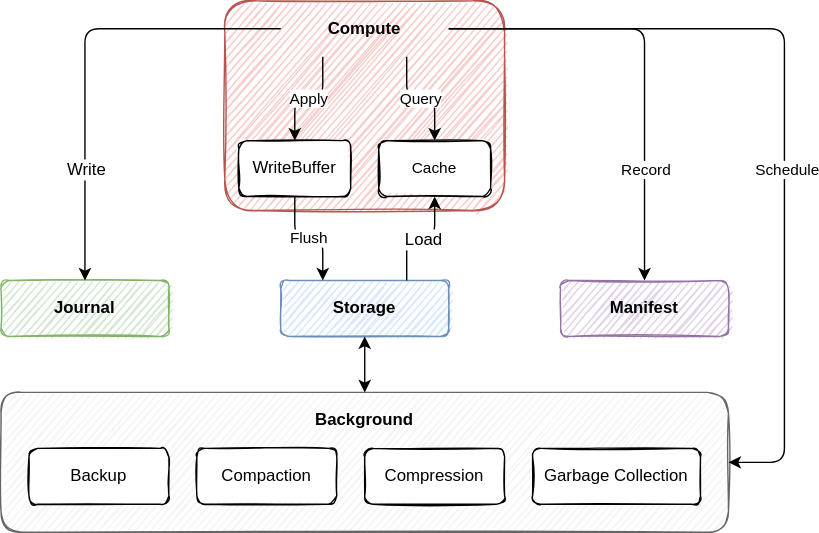
Before: docs/images/component-interaction.drawio.svg, a diagram exported from draw.io (engula/engula). Source tidied: cells renumbered, new cells last; positions are measured from the earlier drawing's top-left corner, leaving out a move shared by most shapes.
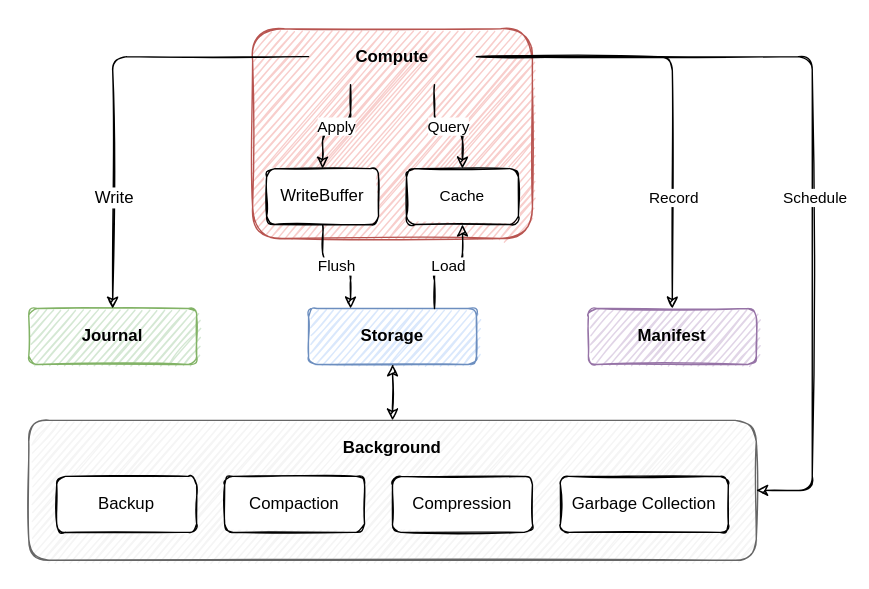
The same file after the commit.

The edit, as a diff of the source:
```diff
@@ -2,6 +2,9 @@
   <root>
     <mxCell id="0" />
     <mxCell id="1" parent="0" />
+    <mxCell id="27" style="rounded=0;whiteSpace=wrap;html=1;fontSize=11;strokeColor=none;" parent="1" vertex="1">
+      <mxGeometry x="-20" y="-20" width="620" height="420" as="geometry" />
+    </mxCell>
     <mxCell id="2" style="rounded=1;whiteSpace=wrap;html=1;strokeColor=#b85450;sketch=1;fillColor=#f8cecc;" parent="1" vertex="1">
       <mxGeometry x="160" width="200" height="150" as="geometry" />
     </mxCell>
@@ -14,7 +17,7 @@
     <mxCell id="5" value="Manifest" style="rounded=1;whiteSpace=wrap;html=1;strokeColor=#9673a6;fontStyle=1;fillColor=#e1d5e7;sketch=1;" parent="1" vertex="1">
       <mxGeometry x="400" y="200" width="120" height="40" as="geometry" />
     </mxCell>
-    <mxCell id="6" style="rounded=1;jettySize=auto;html=1;exitX=0;exitY=0.5;exitDx=0;exitDy=0;entryX=0.5;entryY=0;entryDx=0;entryDy=0;edgeStyle=orthogonalEdgeStyle;" parent="1" edge="1" source="20" target="3">
+    <mxCell id="6" style="rounded=1;jettySize=auto;html=1;exitX=0;exitY=0.5;exitDx=0;exitDy=0;entryX=0.5;entryY=0;entryDx=0;entryDy=0;edgeStyle=orthogonalEdgeStyle;sketch=1;" parent="1" edge="1" source="20" target="3">
       <mxGeometry relative="1" as="geometry" />
     </mxCell>
     <mxCell id="7" value="Write" style="edgeLabel;html=1;align=center;verticalAlign=middle;fontSize=12;" parent="6" vertex="1">
@@ -25,28 +28,25 @@
     <mxCell id="8" style="rounded=1;whiteSpace=wrap;html=1;strokeColor=#666666;fillColor=#f5f5f5;sketch=1;fontColor=#333333;" parent="1" vertex="1">
       <mxGeometry y="280" width="520" height="100" as="geometry" />
     </mxCell>
-    <mxCell id="9" value="Flush" style="rounded=1;jettySize=auto;html=1;exitX=0.5;exitY=1;exitDx=0;exitDy=0;entryX=0.25;entryY=0;entryDx=0;entryDy=0;edgeStyle=orthogonalEdgeStyle;" parent="1" edge="1" source="10" target="4">
+    <mxCell id="9" value="Flush" style="rounded=1;jettySize=auto;html=1;exitX=0.5;exitY=1;exitDx=0;exitDy=0;entryX=0.25;entryY=0;entryDx=0;entryDy=0;edgeStyle=orthogonalEdgeStyle;sketch=1;" parent="1" edge="1" source="10" target="4">
       <mxGeometry relative="1" as="geometry" />
     </mxCell>
     <mxCell id="10" value="WriteBuffer" style="rounded=1;whiteSpace=wrap;html=1;fontSize=12;sketch=1;" parent="1" vertex="1">
       <mxGeometry x="170" y="100" width="80" height="40" as="geometry" />
     </mxCell>
-    <mxCell id="11" style="rounded=1;jettySize=auto;html=1;exitX=0.5;exitY=1;exitDx=0;exitDy=0;entryX=0.75;entryY=0;entryDx=0;entryDy=0;fontSize=12;startArrow=classic;startFill=1;endArrow=none;endFill=0;edgeStyle=orthogonalEdgeStyle;" parent="1" edge="1" source="13" target="4">
+    <mxCell id="11" value="Load" style="rounded=1;jettySize=auto;html=1;exitX=0.5;exitY=1;exitDx=0;exitDy=0;entryX=0.75;entryY=0;entryDx=0;entryDy=0;fontSize=11;startArrow=classic;startFill=1;endArrow=none;endFill=0;edgeStyle=orthogonalEdgeStyle;sketch=1;" parent="1" edge="1" source="13" target="4">
       <mxGeometry relative="1" as="geometry" />
     </mxCell>
-    <mxCell id="12" value="Load" style="edgeLabel;html=1;align=center;verticalAlign=middle;fontSize=12;" parent="11" vertex="1">
-      <mxGeometry x="-0.03" relative="1" as="geometry" />
-    </mxCell>
     <mxCell id="13" value="Cache" style="rounded=1;whiteSpace=wrap;html=1;fontSize=11;sketch=1;" parent="1" vertex="1">
       <mxGeometry x="270" y="100" width="80" height="40" as="geometry" />
     </mxCell>
-    <mxCell id="14" value="Apply" style="rounded=1;jettySize=auto;html=1;exitX=0.25;exitY=1;exitDx=0;exitDy=0;entryX=0.5;entryY=0;entryDx=0;entryDy=0;edgeStyle=orthogonalEdgeStyle;" parent="1" edge="1" source="20" target="10">
+    <mxCell id="14" value="Apply" style="rounded=1;jettySize=auto;html=1;exitX=0.25;exitY=1;exitDx=0;exitDy=0;entryX=0.5;entryY=0;entryDx=0;entryDy=0;edgeStyle=orthogonalEdgeStyle;sketch=1;" parent="1" edge="1" source="20" target="10">
       <mxGeometry relative="1" as="geometry" />
     </mxCell>
-    <mxCell id="15" value="Query" style="edgeStyle=orthogonalEdgeStyle;rounded=1;jettySize=auto;html=1;exitX=0.75;exitY=1;exitDx=0;exitDy=0;entryX=0.5;entryY=0;entryDx=0;entryDy=0;" parent="1" edge="1" source="20" target="13">
+    <mxCell id="15" value="Query" style="edgeStyle=orthogonalEdgeStyle;rounded=1;jettySize=auto;html=1;exitX=0.75;exitY=1;exitDx=0;exitDy=0;entryX=0.5;entryY=0;entryDx=0;entryDy=0;sketch=1;" parent="1" edge="1" source="20" target="13">
       <mxGeometry relative="1" as="geometry" />
     </mxCell>
-    <mxCell id="16" style="edgeStyle=orthogonalEdgeStyle;rounded=1;jettySize=auto;html=1;exitX=1;exitY=0.5;exitDx=0;exitDy=0;entryX=0.5;entryY=0;entryDx=0;entryDy=0;fontSize=12;" parent="1" edge="1" source="20" target="5">
+    <mxCell id="16" style="edgeStyle=orthogonalEdgeStyle;rounded=1;jettySize=auto;html=1;exitX=1;exitY=0.5;exitDx=0;exitDy=0;entryX=0.5;entryY=0;entryDx=0;entryDy=0;fontSize=12;sketch=1;" parent="1" edge="1" source="20" target="5">
       <mxGeometry relative="1" as="geometry" />
     </mxCell>
     <mxCell id="17" value="Record" style="edgeLabel;html=1;align=center;verticalAlign=middle;" parent="16" vertex="1">
@@ -54,7 +54,7 @@
         <mxPoint x="1" y="11" as="offset" />
       </mxGeometry>
     </mxCell>
-    <mxCell id="18" style="edgeStyle=orthogonalEdgeStyle;rounded=1;jettySize=auto;html=1;exitX=1;exitY=0.5;exitDx=0;exitDy=0;entryX=1;entryY=0.5;entryDx=0;entryDy=0;" parent="1" edge="1" source="20" target="8">
+    <mxCell id="18" style="edgeStyle=orthogonalEdgeStyle;rounded=1;jettySize=auto;html=1;exitX=1;exitY=0.5;exitDx=0;exitDy=0;entryX=1;entryY=0.5;entryDx=0;entryDy=0;sketch=1;" parent="1" edge="1" source="20" target="8">
       <mxGeometry relative="1" as="geometry">
         <Array as="points">
           <mxPoint x="560" y="20" />
@@ -79,7 +79,7 @@
     <mxCell id="23" value="Garbage Collection" style="rounded=1;whiteSpace=wrap;html=1;sketch=1;" parent="1" vertex="1">
       <mxGeometry x="380" y="320" width="120" height="40" as="geometry" />
     </mxCell>
-    <mxCell id="24" style="edgeStyle=orthogonalEdgeStyle;rounded=1;jettySize=auto;html=1;exitX=0.5;exitY=0;exitDx=0;exitDy=0;entryX=0.5;entryY=1;entryDx=0;entryDy=0;startArrow=classic;startFill=1;" parent="1" edge="1" source="25" target="4">
+    <mxCell id="24" style="edgeStyle=orthogonalEdgeStyle;rounded=1;jettySize=auto;html=1;exitX=0.5;exitY=0;exitDx=0;exitDy=0;entryX=0.5;entryY=1;entryDx=0;entryDy=0;startArrow=classic;startFill=1;sketch=1;" parent="1" edge="1" source="25" target="4">
       <mxGeometry relative="1" as="geometry" />
     </mxCell>
     <mxCell id="25" value="Background" style="text;html=1;strokeColor=none;fillColor=none;align=center;verticalAlign=middle;whiteSpace=wrap;rounded=0;fontSize=12;fontStyle=1;" parent="1" vertex="1">
```
